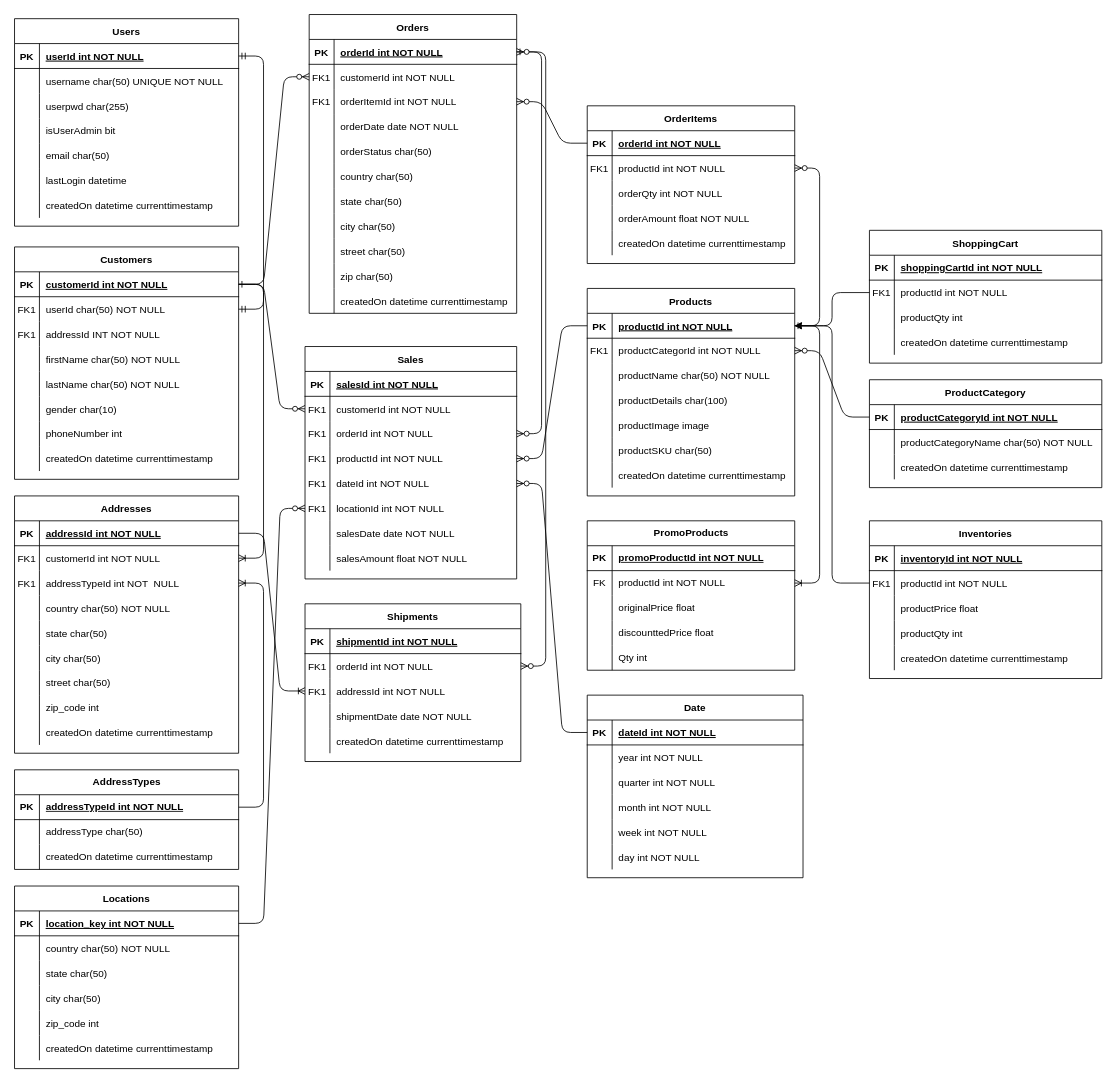
The draw.io diagram page "Copy of starschema - high level overview" (2 of 2) of ERD.drawio in jacupan/e-commerce, before the edit. Source tidied: cells renumbered, new cells numbered last; positions are measured from the earlier drawing's top-left corner, leaving out a move shared by most shapes. Both pictures are drawn from the tidied source at 83%, with x=0, y=0 at pixel (-218, 14).
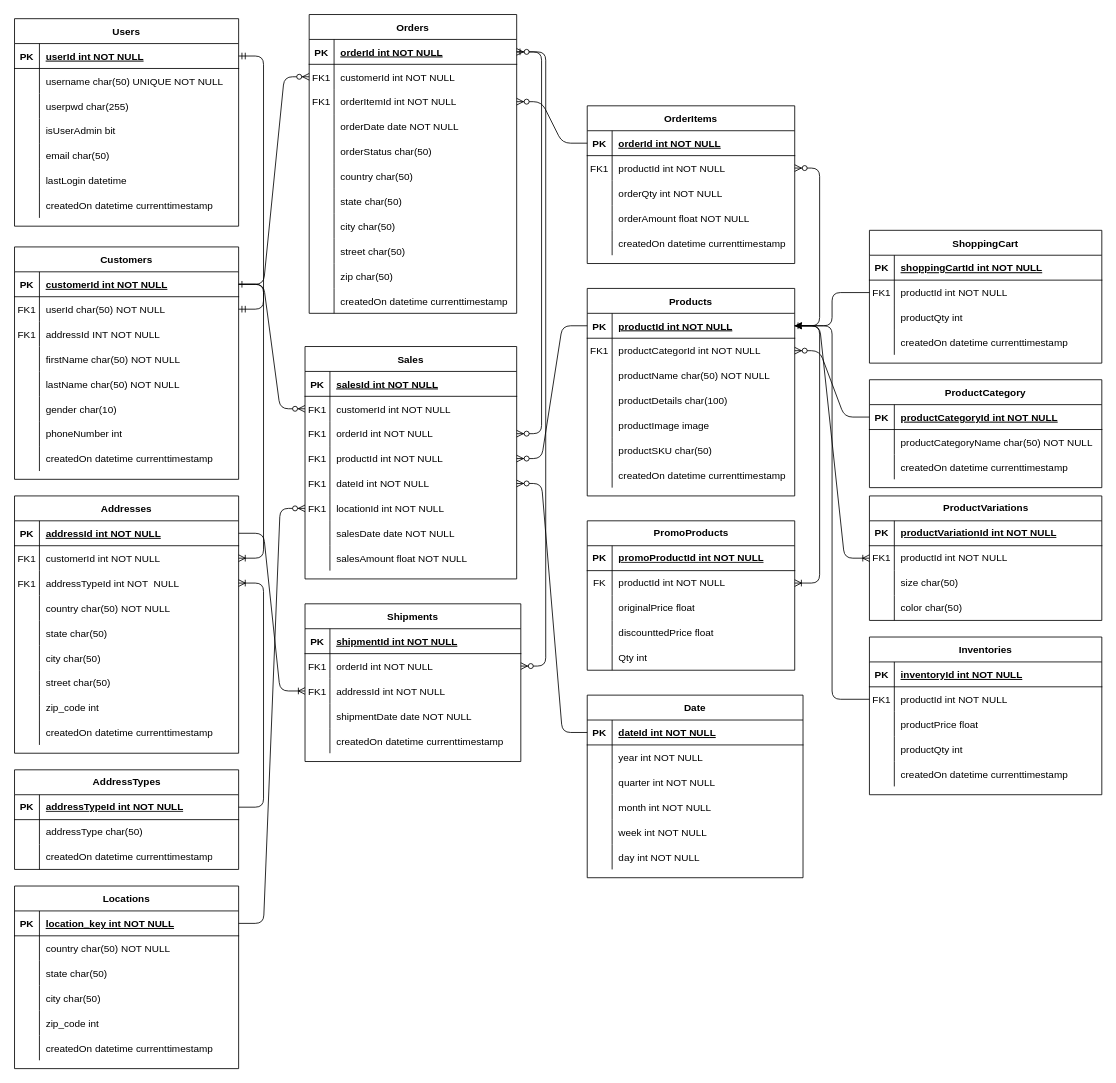
The same diagram, later.

The change refers to these unchanged cells:
```xml
<mxCell id="79" style="shape=partialRectangle;fillColor=none;points=[[0,0.5],[1,0.5]];portConstraint=eastwest;top=0;left=0;right=0;bottom=1;" parent="78" vertex="1">
  <mxGeometry y="30" width="250" height="30" as="geometry" />
</mxCell>
```

Diff of the diagram source:
```diff
@@
     <mxCell id="248" value="Inventories" style="shape=table;startSize=30;childLayout=tableLayout;rowLines=0;fontStyle=1;align=center;" parent="1" vertex="1">
-      <mxGeometry x="1310" y="610" width="280" height="190" as="geometry" />
+      <mxGeometry x="1310" y="750" width="280" height="190" as="geometry" />
     </mxCell>
@@
+    <mxCell id="310" value="ProductVariations" style="shape=table;startSize=30;childLayout=tableLayout;rowLines=0;fontStyle=1;align=center;html=1;" parent="1" vertex="1">
+      <mxGeometry x="1310" y="580" width="280" height="150" as="geometry" />
+    </mxCell>
+    <mxCell id="311" style="shape=tableRow;horizontal=0;startSize=0;swimlaneHead=0;swimlaneBody=0;fillColor=none;top=0;left=0;right=0;bottom=1;" parent="310" vertex="1">
+      <mxGeometry y="30" width="280" height="30" as="geometry" />
+    </mxCell>
+    <mxCell id="312" value="PK" style="shape=partialRectangle;fillColor=none;top=0;left=0;bottom=0;right=0;fontStyle=1;overflow=hidden;whiteSpace=wrap;html=1;" parent="311" vertex="1">
+      <mxGeometry width="30" height="30" as="geometry" />
+    </mxCell>
+    <mxCell id="313" value="productVariationId int NOT NULL" style="shape=partialRectangle;fillColor=none;top=0;left=0;bottom=0;right=0;align=left;spacingLeft=6;fontStyle=5;overflow=hidden;whiteSpace=wrap;html=1;" parent="311" vertex="1">
+      <mxGeometry x="30" width="250" height="30" as="geometry" />
+    </mxCell>
+    <mxCell id="314" style="shape=tableRow;horizontal=0;startSize=0;swimlaneHead=0;swimlaneBody=0;fillColor=none;points=[[0,0.5],[1,0.5]];portConstraint=eastwest;top=0;left=0;right=0;bottom=0;" parent="310" vertex="1">
+      <mxGeometry y="60" width="280" height="30" as="geometry" />
+    </mxCell>
+    <mxCell id="315" value="FK1" style="shape=partialRectangle;fillColor=none;top=0;left=0;bottom=0;right=0;overflow=hidden;whiteSpace=wrap;html=1;" parent="314" vertex="1">
+      <mxGeometry width="30" height="30" as="geometry" />
+    </mxCell>
+    <mxCell id="316" value="productId int NOT NULL" style="shape=partialRectangle;fillColor=none;top=0;left=0;bottom=0;right=0;align=left;spacingLeft=6;overflow=hidden;whiteSpace=wrap;html=1;" parent="314" vertex="1">
+      <mxGeometry x="30" width="250" height="30" as="geometry" />
+    </mxCell>
+    <mxCell id="317" style="shape=tableRow;horizontal=0;startSize=0;swimlaneHead=0;swimlaneBody=0;fillColor=none;top=0;left=0;right=0;bottom=0;" parent="310" vertex="1">
+      <mxGeometry y="90" width="280" height="30" as="geometry" />
+    </mxCell>
+    <mxCell id="318" style="shape=partialRectangle;fillColor=none;top=0;left=0;bottom=0;right=0;overflow=hidden;whiteSpace=wrap;html=1;" parent="317" vertex="1">
+      <mxGeometry width="30" height="30" as="geometry" />
+    </mxCell>
+    <mxCell id="319" value="size char(50)&amp;nbsp;" style="shape=partialRectangle;fillColor=none;top=0;left=0;bottom=0;right=0;align=left;spacingLeft=6;overflow=hidden;whiteSpace=wrap;html=1;" parent="317" vertex="1">
+      <mxGeometry x="30" width="250" height="30" as="geometry" />
+    </mxCell>
+    <mxCell id="320" style="shape=tableRow;horizontal=0;startSize=0;swimlaneHead=0;swimlaneBody=0;fillColor=none;top=0;left=0;right=0;bottom=0;" parent="310" vertex="1">
+      <mxGeometry y="120" width="280" height="30" as="geometry" />
+    </mxCell>
+    <mxCell id="321" style="shape=partialRectangle;fillColor=none;top=0;left=0;bottom=0;right=0;overflow=hidden;whiteSpace=wrap;html=1;" parent="320" vertex="1">
+      <mxGeometry width="30" height="30" as="geometry" />
+    </mxCell>
+    <mxCell id="322" value="color char(50)" style="shape=partialRectangle;fillColor=none;top=0;left=0;bottom=0;right=0;align=left;spacingLeft=6;overflow=hidden;whiteSpace=wrap;html=1;" parent="320" vertex="1">
+      <mxGeometry x="30" width="250" height="30" as="geometry" />
+    </mxCell>
+    <mxCell id="323" style="edgeStyle=entityRelationEdgeStyle;fontSize=12;html=1;endArrow=ERoneToMany;rounded=1;curved=0;" parent="1" edge="1" source="79" target="314">
+      <mxGeometry relative="1" as="geometry">
+        <Array as="points">
+          <mxPoint x="1220" y="560" />
+        </Array>
+      </mxGeometry>
+    </mxCell>
```
